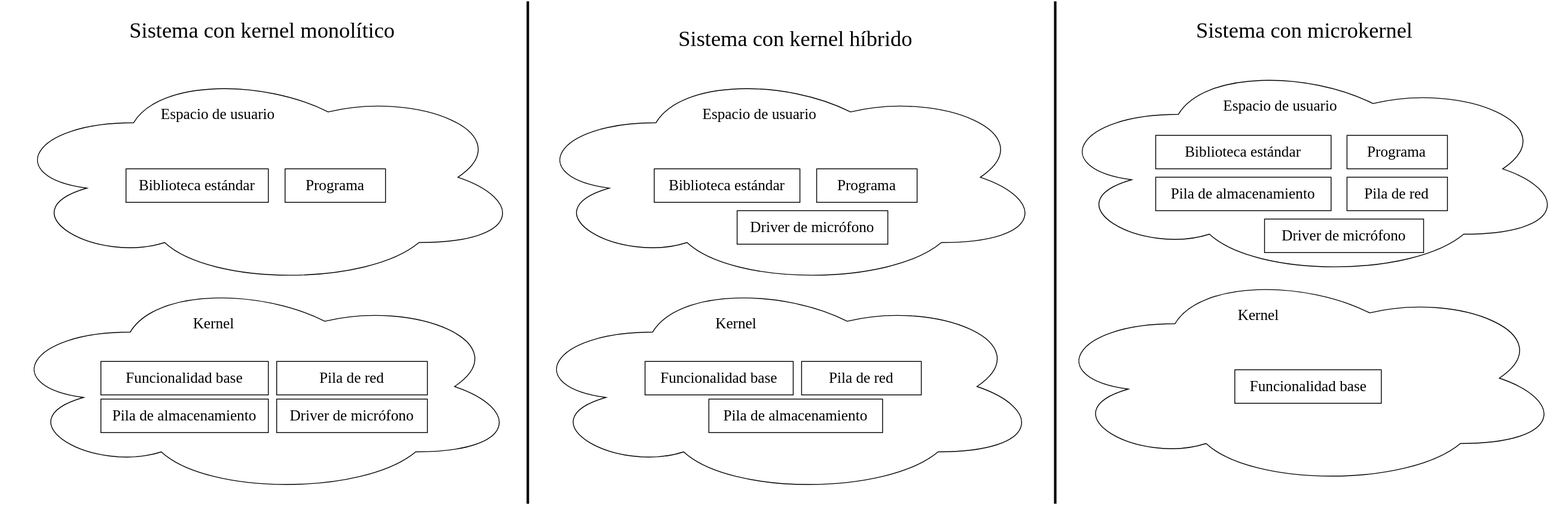
This is imgs/tiposkernel.svg from jlxip/TFG, a draw.io export, as it was before one commit. Source tidied: cells renumbered, new cells last; positions are measured from the earlier drawing's top-left corner, leaving out a move shared by most shapes.
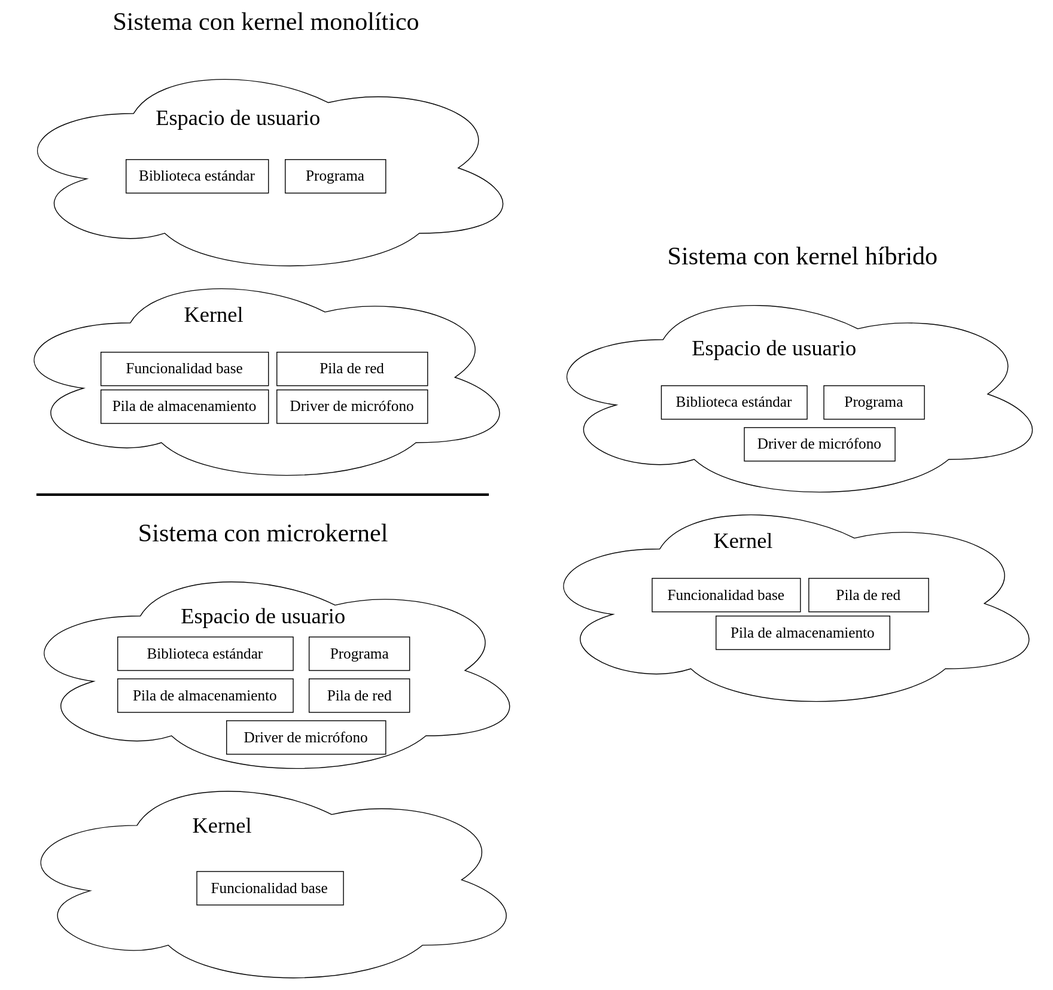
After the change.

Diff of the diagram source:
```diff
@@ -8,10 +8,10 @@
     <mxCell id="3" style="ellipse;shape=cloud;whiteSpace=wrap;html=1;fontFamily=CMU Serif;" parent="1" vertex="1">
       <mxGeometry x="4" y="80" width="620" height="260" as="geometry" />
     </mxCell>
-    <mxCell id="4" value="&lt;font style=&quot;font-size: 18px;&quot;&gt;Espacio de usuario&lt;/font&gt;" style="text;html=1;strokeColor=none;fillColor=none;align=center;verticalAlign=middle;whiteSpace=wrap;rounded=0;fontFamily=CMU Serif;fontSize=18;" parent="1" vertex="1">
-      <mxGeometry x="170" y="120" width="180" height="30" as="geometry" />
+    <mxCell id="4" value="&lt;font style=&quot;font-size: 26px;&quot;&gt;Espacio de usuario&lt;/font&gt;" style="text;html=1;strokeColor=none;fillColor=none;align=center;verticalAlign=middle;whiteSpace=wrap;rounded=0;fontFamily=CMU Serif;fontSize=26;" parent="1" vertex="1">
+      <mxGeometry x="170" y="130" width="228" height="40" as="geometry" />
     </mxCell>
-    <mxCell id="5" value="&lt;font style=&quot;font-size: 18px;&quot;&gt;Kernel&lt;/font&gt;" style="text;html=1;strokeColor=none;fillColor=none;align=center;verticalAlign=middle;whiteSpace=wrap;rounded=0;fontFamily=CMU Serif;fontSize=18;" parent="1" vertex="1">
+    <mxCell id="5" value="&lt;font style=&quot;font-size: 26px;&quot;&gt;Kernel&lt;/font&gt;" style="text;html=1;strokeColor=none;fillColor=none;align=center;verticalAlign=middle;whiteSpace=wrap;rounded=0;fontFamily=CMU Serif;fontSize=26;" parent="1" vertex="1">
       <mxGeometry x="200" y="370" width="110" height="30" as="geometry" />
     </mxCell>
     <mxCell id="6" value="&lt;font style=&quot;font-size: 18px;&quot;&gt;Pila de almacenamiento&lt;/font&gt;" style="rounded=0;whiteSpace=wrap;html=1;fontFamily=CMU Serif;fontSize=18;" parent="1" vertex="1">
@@ -23,8 +23,8 @@
     <mxCell id="8" value="&lt;font style=&quot;font-size: 18px;&quot;&gt;Programa&lt;/font&gt;" style="rounded=0;whiteSpace=wrap;html=1;fontFamily=CMU Serif;fontSize=18;" parent="1" vertex="1">
       <mxGeometry x="340" y="200" width="120" height="40" as="geometry" />
     </mxCell>
-    <mxCell id="9" value="&lt;font style=&quot;font-size: 26px;&quot;&gt;Sistema con kernel monolítico&lt;/font&gt;" style="text;html=1;strokeColor=none;fillColor=none;align=center;verticalAlign=middle;whiteSpace=wrap;rounded=0;fontSize=26;fontFamily=CMU Serif;" parent="1" vertex="1">
-      <mxGeometry x="111" y="10" width="404" height="50" as="geometry" />
+    <mxCell id="9" value="&lt;font style=&quot;font-size: 30px;&quot;&gt;Sistema con kernel monolítico&lt;/font&gt;" style="text;html=1;strokeColor=none;fillColor=none;align=center;verticalAlign=middle;whiteSpace=wrap;rounded=0;fontSize=30;fontFamily=CMU Serif;" parent="1" vertex="1">
+      <mxGeometry x="93.5" y="10" width="449" height="50" as="geometry" />
     </mxCell>
     <mxCell id="10" value="&lt;font style=&quot;font-size: 18px;&quot;&gt;Funcionalidad base&lt;/font&gt;" style="rounded=0;whiteSpace=wrap;html=1;fontFamily=CMU Serif;fontSize=18;" parent="1" vertex="1">
       <mxGeometry x="120" y="430" width="200" height="40" as="geometry" />
@@ -36,82 +36,76 @@
       <mxGeometry x="150" y="200" width="170" height="40" as="geometry" />
     </mxCell>
     <mxCell id="13" style="ellipse;shape=cloud;whiteSpace=wrap;html=1;fontFamily=CMU Serif;" parent="1" vertex="1">
-      <mxGeometry x="624" y="330" width="620" height="260" as="geometry" />
+      <mxGeometry x="632" y="600" width="620" height="260" as="geometry" />
     </mxCell>
     <mxCell id="14" style="ellipse;shape=cloud;whiteSpace=wrap;html=1;fontFamily=CMU Serif;" parent="1" vertex="1">
-      <mxGeometry x="628" y="80" width="620" height="260" as="geometry" />
+      <mxGeometry x="636" y="350" width="620" height="260" as="geometry" />
     </mxCell>
-    <mxCell id="15" value="&lt;font style=&quot;font-size: 18px;&quot;&gt;Espacio de usuario&lt;/font&gt;" style="text;html=1;strokeColor=none;fillColor=none;align=center;verticalAlign=middle;whiteSpace=wrap;rounded=0;fontFamily=CMU Serif;fontSize=18;" parent="1" vertex="1">
-      <mxGeometry x="824" y="120" width="166" height="30" as="geometry" />
+    <mxCell id="15" value="&lt;font style=&quot;font-size: 26px;&quot;&gt;Espacio de usuario&lt;/font&gt;" style="text;html=1;strokeColor=none;fillColor=none;align=center;verticalAlign=middle;whiteSpace=wrap;rounded=0;fontFamily=CMU Serif;fontSize=26;" parent="1" vertex="1">
+      <mxGeometry x="810" y="410" width="228" height="30" as="geometry" />
     </mxCell>
-    <mxCell id="16" value="&lt;font style=&quot;font-size: 18px;&quot;&gt;Kernel&lt;/font&gt;" style="text;html=1;strokeColor=none;fillColor=none;align=center;verticalAlign=middle;whiteSpace=wrap;rounded=0;fontFamily=CMU Serif;fontSize=18;" parent="1" vertex="1">
-      <mxGeometry x="824" y="370" width="110" height="30" as="geometry" />
+    <mxCell id="16" value="&lt;font style=&quot;font-size: 26px;&quot;&gt;Kernel&lt;/font&gt;" style="text;html=1;strokeColor=none;fillColor=none;align=center;verticalAlign=middle;whiteSpace=wrap;rounded=0;fontFamily=CMU Serif;fontSize=26;" parent="1" vertex="1">
+      <mxGeometry x="832" y="640" width="110" height="30" as="geometry" />
     </mxCell>
     <mxCell id="17" value="&lt;font style=&quot;font-size: 18px;&quot;&gt;Pila de almacenamiento&lt;/font&gt;" style="rounded=0;whiteSpace=wrap;html=1;fontFamily=CMU Serif;fontSize=18;" parent="1" vertex="1">
-      <mxGeometry x="846.2" y="475" width="207.5" height="40" as="geometry" />
+      <mxGeometry x="854.2" y="745" width="207.5" height="40" as="geometry" />
     </mxCell>
     <mxCell id="18" value="&lt;font style=&quot;font-size: 18px;&quot;&gt;Pila de red&lt;/font&gt;" style="rounded=0;whiteSpace=wrap;html=1;fontFamily=CMU Serif;fontSize=18;" parent="1" vertex="1">
-      <mxGeometry x="957" y="430" width="143" height="40" as="geometry" />
+      <mxGeometry x="965" y="700" width="143" height="40" as="geometry" />
     </mxCell>
     <mxCell id="19" value="&lt;font style=&quot;font-size: 18px;&quot;&gt;Programa&lt;/font&gt;" style="rounded=0;whiteSpace=wrap;html=1;fontFamily=CMU Serif;fontSize=18;" parent="1" vertex="1">
-      <mxGeometry x="975" y="200" width="120" height="40" as="geometry" />
+      <mxGeometry x="983" y="470" width="120" height="40" as="geometry" />
     </mxCell>
-    <mxCell id="20" value="&lt;font style=&quot;font-size: 26px;&quot;&gt;Sistema con kernel híbrido&lt;/font&gt;" style="text;html=1;strokeColor=none;fillColor=none;align=center;verticalAlign=middle;whiteSpace=wrap;rounded=0;fontSize=26;fontFamily=CMU Serif;" parent="1" vertex="1">
-      <mxGeometry x="764.2" y="30" width="371.5" height="30" as="geometry" />
+    <mxCell id="20" value="&lt;font style=&quot;font-size: 30px;&quot;&gt;Sistema con kernel híbrido&lt;/font&gt;" style="text;html=1;strokeColor=none;fillColor=none;align=center;verticalAlign=middle;whiteSpace=wrap;rounded=0;fontSize=30;fontFamily=CMU Serif;" parent="1" vertex="1">
+      <mxGeometry x="772.2" y="300" width="371.5" height="30" as="geometry" />
     </mxCell>
     <mxCell id="21" value="&lt;font style=&quot;font-size: 18px;&quot;&gt;Funcionalidad base&lt;/font&gt;" style="rounded=0;whiteSpace=wrap;html=1;fontFamily=CMU Serif;fontSize=18;" parent="1" vertex="1">
-      <mxGeometry x="770" y="430" width="177" height="40" as="geometry" />
+      <mxGeometry x="778" y="700" width="177" height="40" as="geometry" />
     </mxCell>
     <mxCell id="22" value="&lt;font style=&quot;font-size: 18px;&quot;&gt;Driver de micrófono&lt;/font&gt;" style="rounded=0;whiteSpace=wrap;html=1;fontFamily=CMU Serif;fontSize=18;" parent="1" vertex="1">
-      <mxGeometry x="880" y="250" width="180" height="40" as="geometry" />
+      <mxGeometry x="888" y="520" width="180" height="40" as="geometry" />
     </mxCell>
     <mxCell id="23" value="&lt;font style=&quot;font-size: 18px;&quot;&gt;Biblioteca estándar&lt;/font&gt;" style="rounded=0;whiteSpace=wrap;html=1;fontFamily=CMU Serif;fontSize=18;" parent="1" vertex="1">
-      <mxGeometry x="781" y="200" width="174" height="40" as="geometry" />
+      <mxGeometry x="789" y="470" width="174" height="40" as="geometry" />
     </mxCell>
     <mxCell id="24" style="ellipse;shape=cloud;whiteSpace=wrap;html=1;fontFamily=CMU Serif;" parent="1" vertex="1">
-      <mxGeometry x="1248" y="320" width="620" height="260" as="geometry" />
+      <mxGeometry x="8" y="930" width="620" height="260" as="geometry" />
     </mxCell>
     <mxCell id="25" style="ellipse;shape=cloud;whiteSpace=wrap;html=1;fontFamily=CMU Serif;" parent="1" vertex="1">
-      <mxGeometry x="1252" y="70" width="620" height="260" as="geometry" />
+      <mxGeometry x="12" y="680" width="620" height="260" as="geometry" />
     </mxCell>
-    <mxCell id="26" value="&lt;font style=&quot;font-size: 18px;&quot;&gt;Espacio de usuario&lt;/font&gt;" style="text;html=1;strokeColor=none;fillColor=none;align=center;verticalAlign=middle;whiteSpace=wrap;rounded=0;fontFamily=CMU Serif;fontSize=18;" parent="1" vertex="1">
-      <mxGeometry x="1448" y="110" width="162" height="30" as="geometry" />
+    <mxCell id="26" value="&lt;font style=&quot;font-size: 26px;&quot;&gt;Espacio de usuario&lt;/font&gt;" style="text;html=1;strokeColor=none;fillColor=none;align=center;verticalAlign=middle;whiteSpace=wrap;rounded=0;fontFamily=CMU Serif;fontSize=26;" parent="1" vertex="1">
+      <mxGeometry x="193" y="730" width="242" height="30" as="geometry" />
     </mxCell>
-    <mxCell id="27" value="&lt;font style=&quot;font-size: 18px;&quot;&gt;Kernel&lt;/font&gt;" style="text;html=1;strokeColor=none;fillColor=none;align=center;verticalAlign=middle;whiteSpace=wrap;rounded=0;fontFamily=CMU Serif;fontSize=18;" parent="1" vertex="1">
-      <mxGeometry x="1448" y="360" width="110" height="30" as="geometry" />
+    <mxCell id="27" value="&lt;font style=&quot;font-size: 26px;&quot;&gt;Kernel&lt;/font&gt;" style="text;html=1;strokeColor=none;fillColor=none;align=center;verticalAlign=middle;whiteSpace=wrap;rounded=0;fontFamily=CMU Serif;fontSize=26;" parent="1" vertex="1">
+      <mxGeometry x="210" y="980" width="110" height="30" as="geometry" />
     </mxCell>
     <mxCell id="28" value="&lt;font style=&quot;font-size: 18px;&quot;&gt;Pila de almacenamiento&lt;/font&gt;" style="rounded=0;whiteSpace=wrap;html=1;fontFamily=CMU Serif;fontSize=18;" parent="1" vertex="1">
-      <mxGeometry x="1380" y="210" width="209.5" height="40" as="geometry" />
+      <mxGeometry x="140" y="820" width="209.5" height="40" as="geometry" />
     </mxCell>
     <mxCell id="29" value="&lt;font style=&quot;font-size: 18px;&quot;&gt;Pila de red&lt;/font&gt;" style="rounded=0;whiteSpace=wrap;html=1;fontFamily=CMU Serif;fontSize=18;" parent="1" vertex="1">
-      <mxGeometry x="1608.5" y="210" width="120" height="40" as="geometry" />
+      <mxGeometry x="368.5" y="820" width="120" height="40" as="geometry" />
     </mxCell>
     <mxCell id="30" value="&lt;font style=&quot;font-size: 18px;&quot;&gt;Programa&lt;/font&gt;" style="rounded=0;whiteSpace=wrap;html=1;fontFamily=CMU Serif;fontSize=18;" parent="1" vertex="1">
-      <mxGeometry x="1608.5" y="160" width="120" height="40" as="geometry" />
+      <mxGeometry x="368.5" y="770" width="120" height="40" as="geometry" />
     </mxCell>
-    <mxCell id="31" value="&lt;font style=&quot;font-size: 26px;&quot;&gt;Sistema con microkernel&lt;/font&gt;" style="text;html=1;strokeColor=none;fillColor=none;align=center;verticalAlign=middle;whiteSpace=wrap;rounded=0;fontSize=26;fontFamily=CMU Serif;" parent="1" vertex="1">
-      <mxGeometry x="1396.2" y="20" width="323.5" height="30" as="geometry" />
+    <mxCell id="31" value="&lt;font style=&quot;font-size: 30px;&quot;&gt;Sistema con microkernel&lt;/font&gt;" style="text;html=1;strokeColor=none;fillColor=none;align=center;verticalAlign=middle;whiteSpace=wrap;rounded=0;fontSize=30;fontFamily=CMU Serif;" parent="1" vertex="1">
+      <mxGeometry x="152" y="630" width="323.5" height="30" as="geometry" />
     </mxCell>
     <mxCell id="32" value="&lt;font style=&quot;font-size: 18px;&quot;&gt;Funcionalidad base&lt;/font&gt;" style="rounded=0;whiteSpace=wrap;html=1;fontFamily=CMU Serif;fontSize=18;" parent="1" vertex="1">
-      <mxGeometry x="1474.5" y="440" width="175" height="40" as="geometry" />
+      <mxGeometry x="234.5" y="1050" width="175" height="40" as="geometry" />
     </mxCell>
     <mxCell id="33" value="&lt;font style=&quot;font-size: 18px;&quot;&gt;Driver de micrófono&lt;/font&gt;" style="rounded=0;whiteSpace=wrap;html=1;fontFamily=CMU Serif;fontSize=18;" parent="1" vertex="1">
-      <mxGeometry x="1510" y="260" width="190" height="40" as="geometry" />
+      <mxGeometry x="270" y="870" width="190" height="40" as="geometry" />
     </mxCell>
     <mxCell id="34" value="&lt;font style=&quot;font-size: 18px;&quot;&gt;Biblioteca estándar&lt;/font&gt;" style="rounded=0;whiteSpace=wrap;html=1;fontFamily=CMU Serif;fontSize=18;" parent="1" vertex="1">
-      <mxGeometry x="1380" y="160" width="209.5" height="40" as="geometry" />
+      <mxGeometry x="140" y="770" width="209.5" height="40" as="geometry" />
     </mxCell>
     <mxCell id="35" style="endArrow=none;html=1;rounded=0;fontSize=22;strokeWidth=3;fontFamily=CMU Serif;" parent="1" edge="1">
       <mxGeometry relative="1" as="geometry">
-        <mxPoint x="630" y="600" as="sourcePoint" />
-        <mxPoint x="630" as="targetPoint" />
+        <mxPoint x="583" y="600" as="sourcePoint" />
+        <mxPoint x="43" y="600" as="targetPoint" />
       </mxGeometry>
     </mxCell>
-    <mxCell id="36" style="endArrow=none;html=1;rounded=0;fontSize=22;strokeWidth=3;fontFamily=CMU Serif;" parent="1" edge="1">
-      <mxGeometry relative="1" as="geometry">
-        <mxPoint x="1260" y="600" as="sourcePoint" />
-        <mxPoint x="1260" as="targetPoint" />
-      </mxGeometry>
-    </mxCell>
   </root>
 </mxGraphModel>
```
